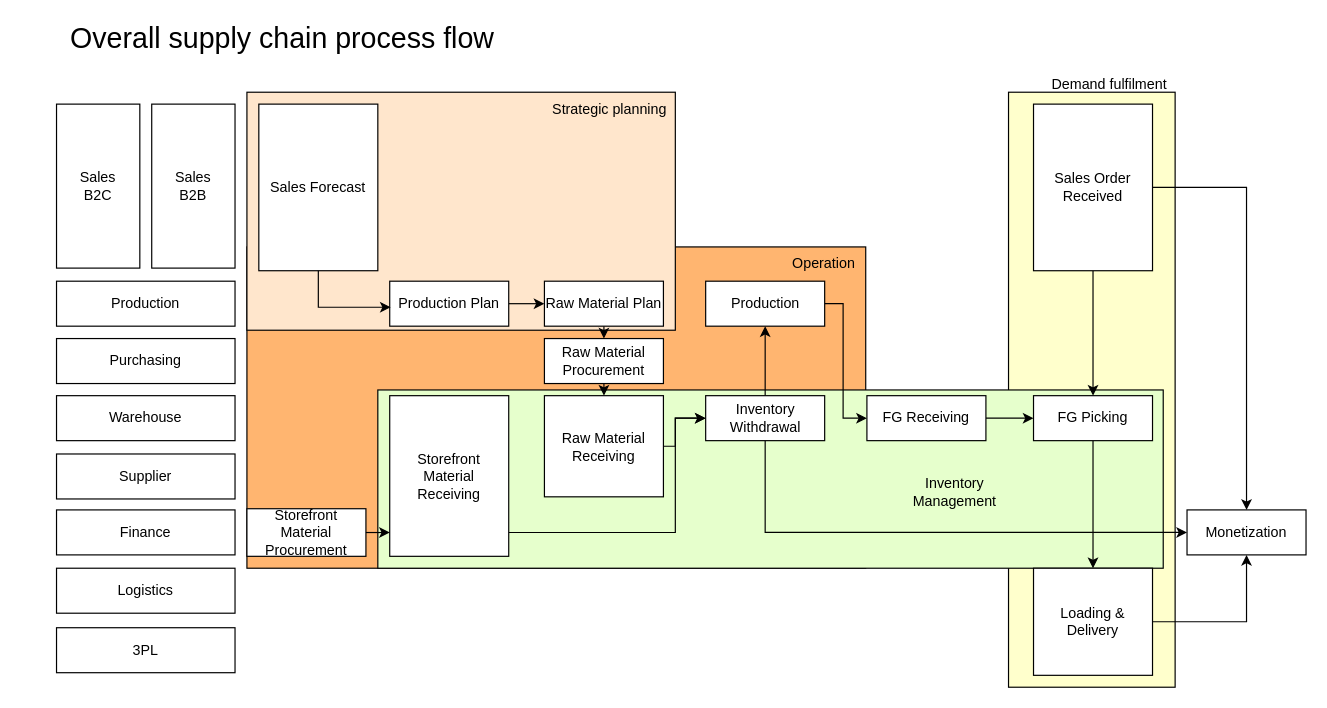
Above: page "Overall flow" (1 of 12) of E2E.drawio in pkppm-dev/Roy-s (draw.io), before the change. Source tidied: cells renumbered, new cells numbered last; positions are measured from the earlier drawing's top-left corner, leaving out a move shared by most shapes. Both pictures are drawn from the tidied source at 119%, with x=0, y=0 at pixel (20, 20).
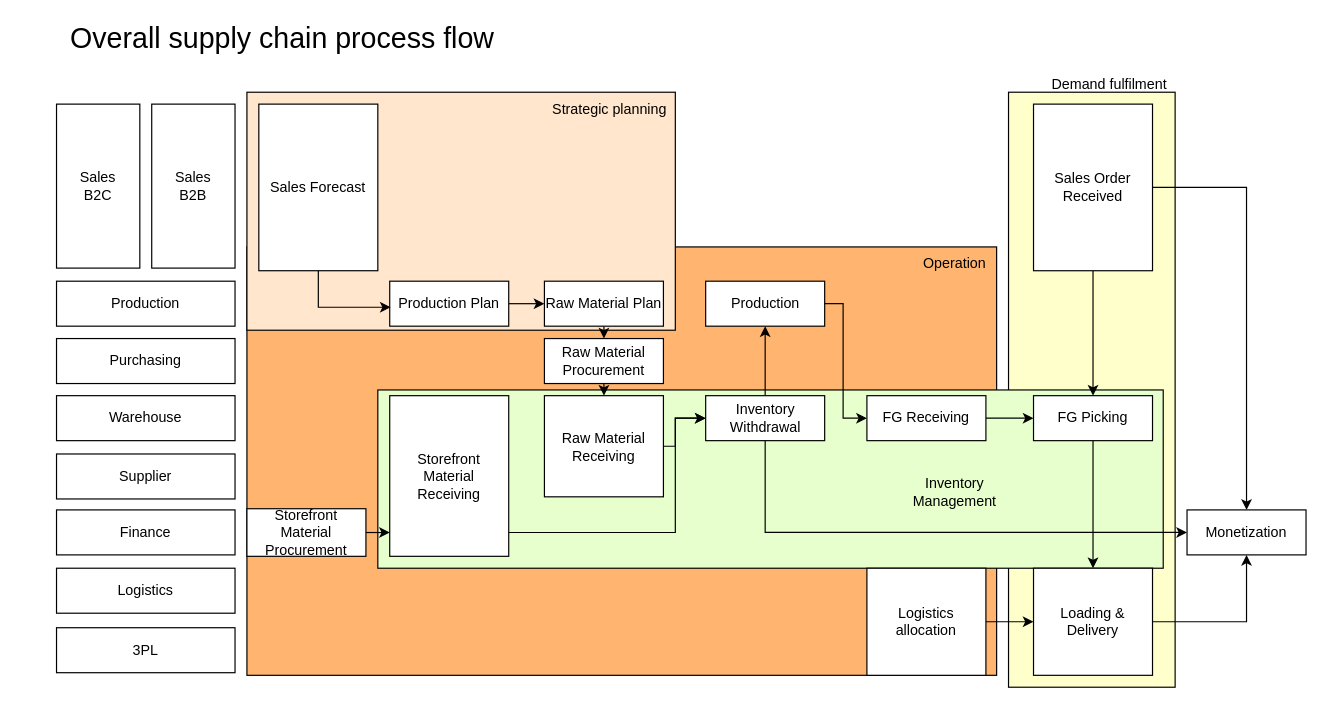
The same page after the edit.

Unchanged cells that the change refers to:
```xml
<mxCell id="38" value="Loading &amp;amp; Delivery" style="whiteSpace=wrap;html=1;rounded=0;strokeColor=default;align=center;verticalAlign=middle;fontFamily=Helvetica;fontSize=12;fontColor=default;fillColor=#FFFFFF;" parent="1" vertex="1">
  <mxGeometry x="851" y="460" width="100" height="90" as="geometry" />
</mxCell>
```

What changed in the source:
```diff
@@
     <mxCell id="2" style="whiteSpace=wrap;html=1;rounded=0;fillColor=#FFB570;" parent="1" vertex="1">
-      <mxGeometry x="190" y="190" width="520" height="270" as="geometry" />
+      <mxGeometry x="190" y="190" width="630" height="360" as="geometry" />
     </mxCell>
@@
     <mxCell id="43" value="Operation" style="text;html=1;align=center;verticalAlign=middle;whiteSpace=wrap;rounded=0;" parent="1" vertex="1">
-      <mxGeometry x="640" y="188.8" width="70" height="30" as="geometry" />
+      <mxGeometry x="750" y="188.8" width="70" height="30" as="geometry" />
     </mxCell>
@@
+    <mxCell id="49" style="edgeStyle=orthogonalEdgeStyle;rounded=0;jettySize=auto;html=1;" parent="1" edge="1" source="50" target="38">
+      <mxGeometry relative="1" as="geometry" />
+    </mxCell>
+    <mxCell id="50" value="Logistics allocation" style="whiteSpace=wrap;html=1;rounded=0;strokeColor=default;align=center;verticalAlign=middle;fontFamily=Helvetica;fontSize=12;fontColor=default;fillColor=#FFFFFF;" parent="1" vertex="1">
+      <mxGeometry x="711" y="460" width="100" height="90" as="geometry" />
+    </mxCell>
```
